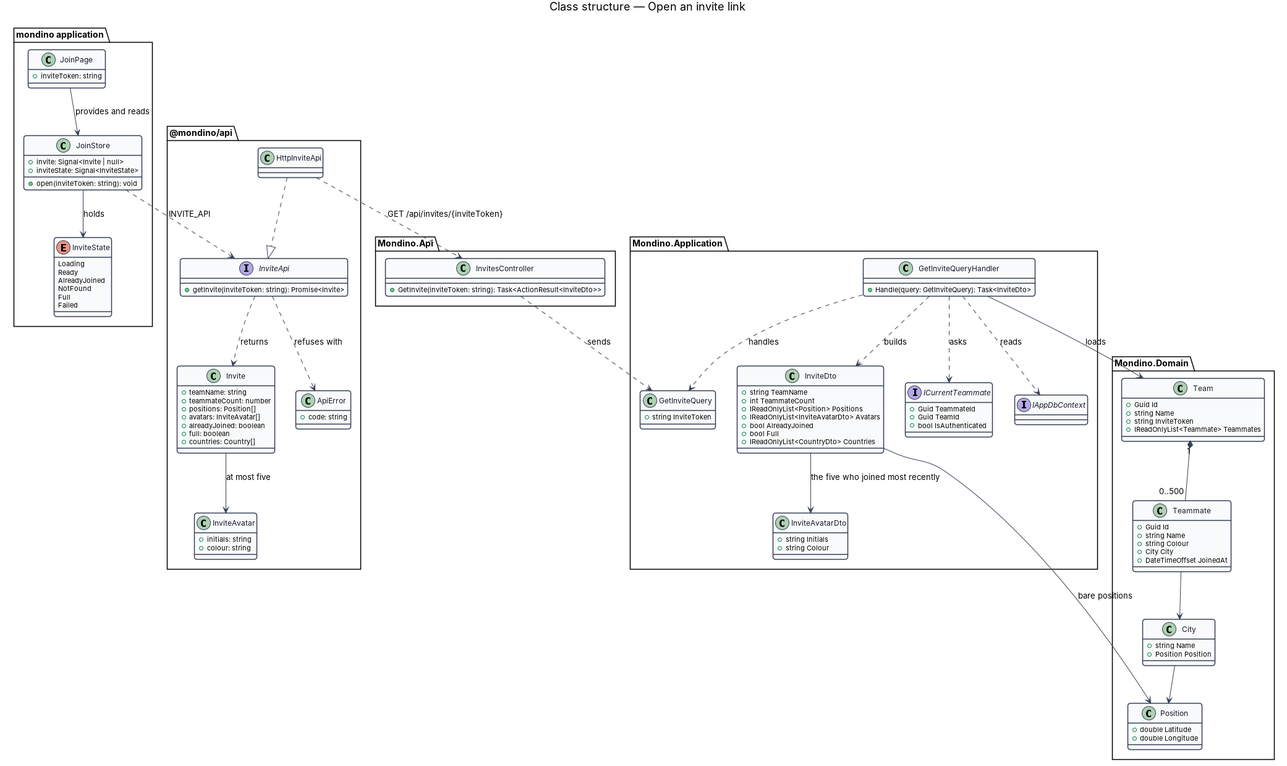
The PlantUML diagram docs/detailed-designs/joining/open-invite-link/diagrams/class-structure.png in QuinntyneBrown/Mondino, before a commit. Its source is kept beside it as docs/detailed-designs/joining/open-invite-link/diagrams/class-structure.puml. Its diagram source:
```plantuml
@startuml
set namespaceSeparator none
skinparam backgroundColor #FFFFFF
skinparam shadowing false
skinparam roundcorner 8
skinparam defaultFontName Arial
skinparam ArrowColor #344054
skinparam class {
  BorderColor #344054
  FontColor #101828
  BackgroundColor #F9FAFB
}

title Class structure — Open an invite link

package "mondino application" {
  class JoinPage {
    +inviteToken: string
  }
  class JoinStore {
    +invite: Signal<Invite | null>
    +inviteState: Signal<InviteState>
    +open(inviteToken: string): void
  }
  enum InviteState {
    Loading
    Ready
    AlreadyJoined
    NotFound
    Full
    Failed
  }
}
package "@mondino/api" {
  interface InviteApi {
    +getInvite(inviteToken: string): Promise<Invite>
  }
  class HttpInviteApi
  class Invite {
    +teamName: string
    +teammateCount: number
    +positions: Position[]
    +avatars: InviteAvatar[]
    +alreadyJoined: boolean
    +full: boolean
    +countries: Country[]
  }
  class InviteAvatar {
    +initials: string
    +colour: string
  }
  class ApiError {
    +code: string
  }
}
package "Mondino.Api" {
  class InvitesController {
    +GetInvite(inviteToken: string): Task<ActionResult<InviteDto>>
  }
}
package "Mondino.Application" {
  class GetInviteQuery {
    +string InviteToken
  }
  class GetInviteQueryHandler {
    +Handle(query: GetInviteQuery): Task<InviteDto>
  }
  class InviteDto {
    +string TeamName
    +int TeammateCount
    +IReadOnlyList<Position> Positions
    +IReadOnlyList<InviteAvatarDto> Avatars
    +bool AlreadyJoined
    +bool Full
    +IReadOnlyList<CountryDto> Countries
  }
  class InviteAvatarDto {
    +string Initials
    +string Colour
  }
  interface ICurrentTeammate {
    +Guid TeammateId
    +Guid TeamId
    +bool IsAuthenticated
  }
  interface IAppDbContext
}
package "Mondino.Domain" {
  class Team {
    +Guid Id
    +string Name
    +string InviteToken
    +IReadOnlyList<Teammate> Teammates
  }
  class Teammate {
    +Guid Id
    +string Name
    +string Colour
    +City City
    +DateTimeOffset JoinedAt
  }
  class City {
    +string Name
    +Position Position
  }
  class Position {
    +double Latitude
    +double Longitude
  }
}

JoinPage --> JoinStore : provides and reads
JoinStore --> InviteState : holds
JoinStore ..> InviteApi : INVITE_API
HttpInviteApi ..|> InviteApi
InviteApi ..> Invite : returns
Invite --> InviteAvatar : at most five
InviteApi ..> ApiError : refuses with
HttpInviteApi ..> InvitesController : GET /api/invites/{inviteToken}
InvitesController ..> GetInviteQuery : sends
GetInviteQueryHandler ..> GetInviteQuery : handles
GetInviteQueryHandler ..> InviteDto : builds
GetInviteQueryHandler ..> ICurrentTeammate : asks
GetInviteQueryHandler ..> IAppDbContext : reads
GetInviteQueryHandler --> Team : loads
Team "1" *-- "0..500" Teammate
Teammate --> City
City --> Position
InviteDto --> Position : bare positions
InviteDto --> InviteAvatarDto : the five who joined most recently
@enduml
```
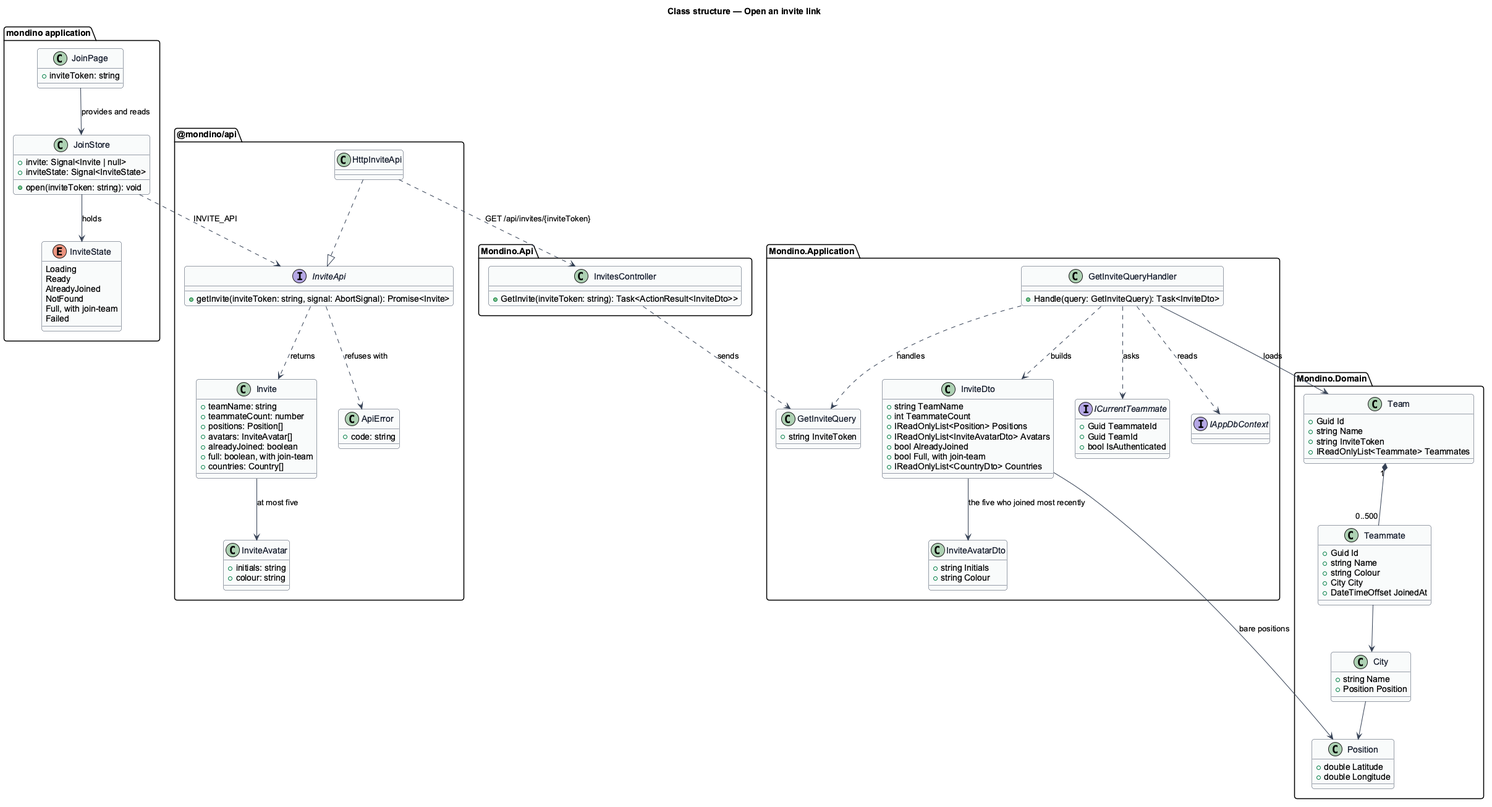
After the change.

The edit, as a diff of the source:
```diff
@@ -27,13 +27,13 @@
     Ready
     AlreadyJoined
     NotFound
-    Full
+    Full, with join-team
     Failed
   }
 }
 package "@mondino/api" {
   interface InviteApi {
-    +getInvite(inviteToken: string): Promise<Invite>
+    +getInvite(inviteToken: string, signal: AbortSignal): Promise<Invite>
   }
   class HttpInviteApi
   class Invite {
@@ -42,7 +42,7 @@
     +positions: Position[]
     +avatars: InviteAvatar[]
     +alreadyJoined: boolean
-    +full: boolean
+    +full: boolean, with join-team
     +countries: Country[]
   }
   class InviteAvatar {
@@ -71,7 +71,7 @@
     +IReadOnlyList<Position> Positions
     +IReadOnlyList<InviteAvatarDto> Avatars
     +bool AlreadyJoined
-    +bool Full
+    +bool Full, with join-team
     +IReadOnlyList<CountryDto> Countries
   }
   class InviteAvatarDto {
```
